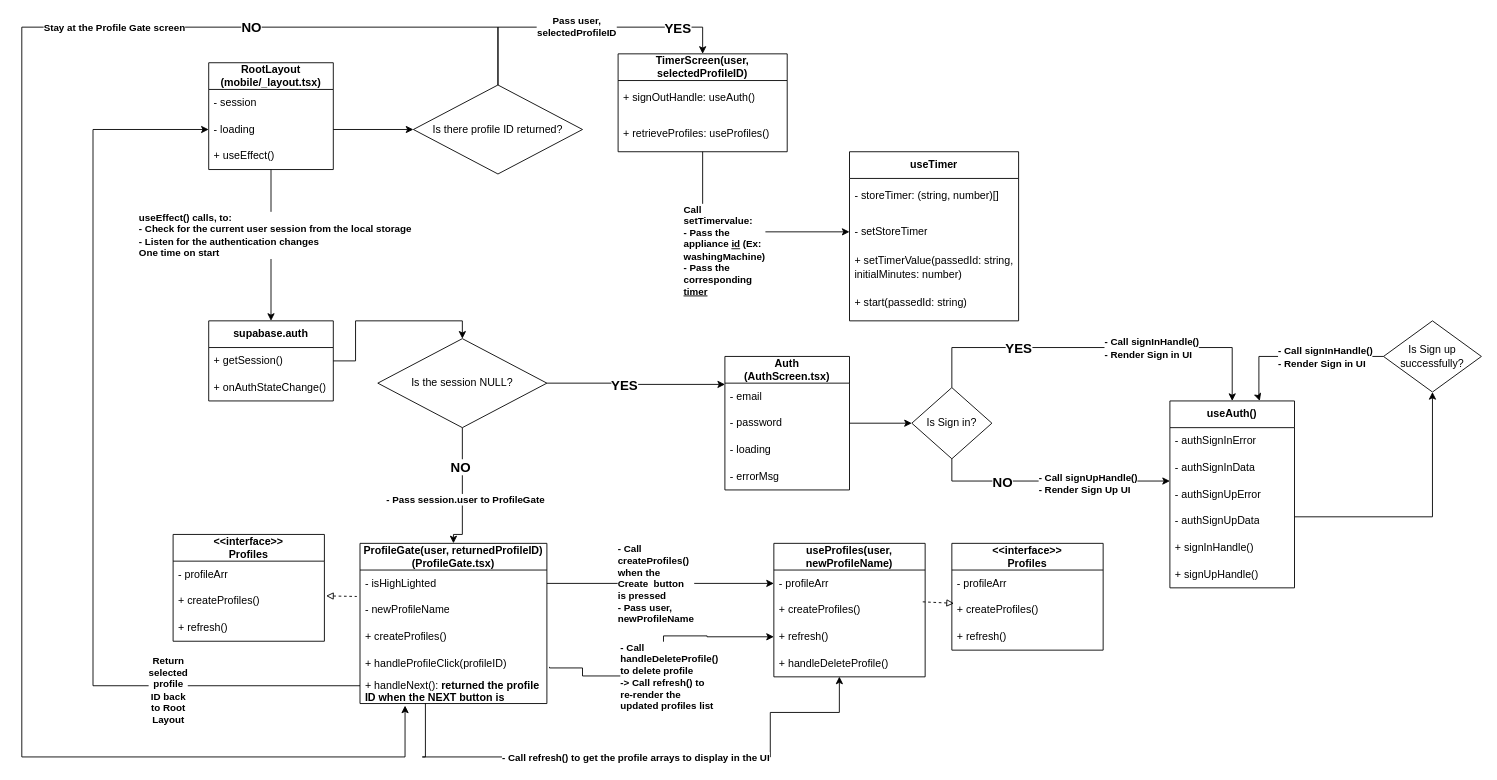
Before: page "UML Class Diagram" (1 of 2) of Class_Diagram_Web.drawio in khanhsaan/SharedTimer_v1, a draw.io diagram. Source tidied: cells renumbered, new cells numbered last; positions are measured from the earlier drawing's top-left corner, leaving out a move shared by most shapes. Both pictures are drawn from the tidied source at 89%, with x=0, y=0 at pixel (21, 27).
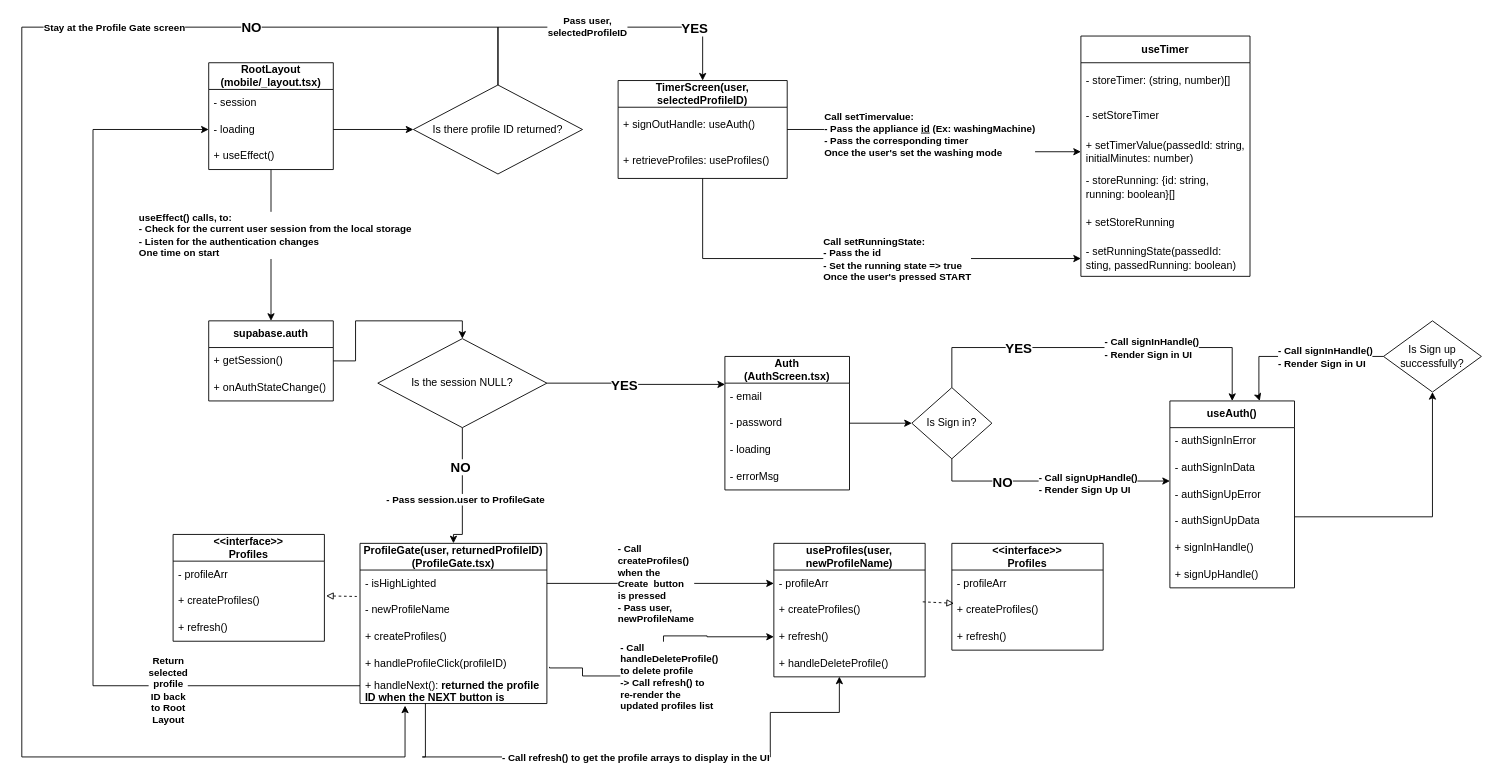
Above is the later version.

Commit message (it also covers changes not shown here):
Pass appliance’s id and running state to const setRunningState & Update UML diagram

Unchanged cells that the change refers to:
```xml
<mxCell id="86" value="&lt;div&gt;- setStoreTimer&lt;/div&gt;" style="text;strokeColor=none;fillColor=none;align=left;verticalAlign=middle;spacingLeft=4;spacingRight=4;overflow=hidden;points=[[0,0.5],[1,0.5]];portConstraint=eastwest;whiteSpace=wrap;html=1;" parent="84" vertex="1">
  <mxGeometry y="70" width="190" height="40" as="geometry" />
</mxCell>
<mxCell id="87" value="+ setTimerValue(passedId: string, initialMinutes: number)" style="text;strokeColor=none;fillColor=none;align=left;verticalAlign=middle;spacingLeft=4;spacingRight=4;overflow=hidden;points=[[0,0.5],[1,0.5]];portConstraint=eastwest;whiteSpace=wrap;html=1;" parent="84" vertex="1">
  <mxGeometry y="110" width="190" height="40" as="geometry" />
</mxCell>
```

The edit, as a diff of the source:
```diff
@@
-    <mxCell id="79" style="edgeStyle=orthogonalEdgeStyle;rounded=0;jettySize=auto;html=1;entryX=0;entryY=0.5;entryDx=0;entryDy=0;" parent="1" edge="1" source="81" target="86">
+    <mxCell id="79" style="edgeStyle=orthogonalEdgeStyle;rounded=0;jettySize=auto;html=1;entryX=0;entryY=0.5;entryDx=0;entryDy=0;" parent="1" edge="1" source="81" target="87">
       <mxGeometry relative="1" as="geometry" />
     </mxCell>
-    <mxCell id="80" value="&lt;b&gt;Call setTimervalue:&lt;/b&gt;&lt;div&gt;&lt;b&gt;- Pass the appliance &lt;u&gt;id&lt;/u&gt; (Ex: washingMachine)&lt;/b&gt;&lt;/div&gt;&lt;div&gt;&lt;b&gt;- Pass the corresponding &lt;u&gt;timer&lt;/u&gt;&lt;/b&gt;&lt;/div&gt;" style="edgeLabel;html=1;align=left;verticalAlign=middle;whiteSpace=wrap;" parent="79" vertex="1">
+    <mxCell id="80" value="&lt;b&gt;Call setTimervalue:&lt;/b&gt;&lt;div&gt;&lt;b&gt;- Pass the appliance &lt;u&gt;id&lt;/u&gt; (Ex: washingMachine)&lt;/b&gt;&lt;/div&gt;&lt;div&gt;&lt;b&gt;- Pass the corresponding timer&lt;u&gt;&lt;br&gt;&lt;/u&gt;&lt;/b&gt;&lt;/div&gt;&lt;div&gt;&lt;b&gt;Once the user's set the washing mode&lt;/b&gt;&lt;/div&gt;" style="edgeLabel;html=1;align=left;verticalAlign=middle;" parent="79" vertex="1">
       <mxGeometry x="0.09" y="3" relative="1" as="geometry">
-        <mxPoint x="-72" y="23" as="offset" />
+        <mxPoint x="-128" y="-17" as="offset" />
       </mxGeometry>
     </mxCell>
+    <mxCell id="89" style="edgeStyle=orthogonalEdgeStyle;rounded=0;jettySize=auto;html=1;entryX=0;entryY=0.5;entryDx=0;entryDy=0;" parent="1" edge="1" source="81" target="93">
+      <mxGeometry relative="1" as="geometry" />
+    </mxCell>
+    <mxCell id="90" value="&lt;b&gt;Call setRunningState:&lt;/b&gt;&lt;div&gt;&lt;b&gt;- Pass the id&lt;/b&gt;&lt;/div&gt;&lt;div&gt;&lt;b&gt;- Set the running state =&amp;gt; true&lt;/b&gt;&lt;/div&gt;&lt;div&gt;&lt;b&gt;Once the user's pressed START&lt;/b&gt;&lt;/div&gt;" style="edgeLabel;html=1;align=left;verticalAlign=middle;" parent="89" vertex="1">
+      <mxGeometry x="0.16" y="-3" relative="1" as="geometry">
+        <mxPoint x="-75" y="-3" as="offset" />
+      </mxGeometry>
+    </mxCell>
     <mxCell id="81" value="TimerScreen(user, selectedProfileID)" style="swimlane;fontStyle=1;horizontal=1;startSize=30;whiteSpace=wrap;html=1;" parent="1" vertex="1">
-      <mxGeometry x="670" y="30" width="190" height="110" as="geometry" />
+      <mxGeometry x="670" y="60" width="190" height="110" as="geometry" />
     </mxCell>
@@
     <mxCell id="84" value="useTimer" style="swimlane;fontStyle=1;horizontal=1;startSize=30;whiteSpace=wrap;html=1;" parent="1" vertex="1">
-      <mxGeometry x="930" y="140" width="190" height="190" as="geometry" />
+      <mxGeometry x="1190" y="10" width="190" height="270" as="geometry" />
     </mxCell>
@@
-    <mxCell id="88" value="+ start(passedId: string)" style="text;strokeColor=none;fillColor=none;align=left;verticalAlign=middle;spacingLeft=4;spacingRight=4;overflow=hidden;whiteSpace=wrap;html=1;" parent="84" vertex="1">
-      <mxGeometry y="150" width="190" height="40" as="geometry" />
-    </mxCell>
+    <mxCell id="91" value="- storeRunning: {id: string, running: boolean}[]" style="text;strokeColor=none;fillColor=none;align=left;verticalAlign=middle;spacingLeft=4;spacingRight=4;overflow=hidden;whiteSpace=wrap;html=1;" parent="84" vertex="1">
+      <mxGeometry y="150" width="190" height="40" as="geometry" />
+    </mxCell>
+    <mxCell id="92" value="+ setStoreRunning" style="text;strokeColor=none;fillColor=none;align=left;verticalAlign=middle;spacingLeft=4;spacingRight=4;overflow=hidden;whiteSpace=wrap;html=1;" parent="84" vertex="1">
+      <mxGeometry y="190" width="190" height="40" as="geometry" />
+    </mxCell>
+    <mxCell id="93" value="- setRunningState(passedId: sting, passedRunning: boolean)" style="text;strokeColor=none;fillColor=none;align=left;verticalAlign=middle;spacingLeft=4;spacingRight=4;overflow=hidden;points=[[0,0.5],[1,0.5]];portConstraint=eastwest;whiteSpace=wrap;html=1;" parent="84" vertex="1">
+      <mxGeometry y="230" width="190" height="40" as="geometry" />
+    </mxCell>
```
